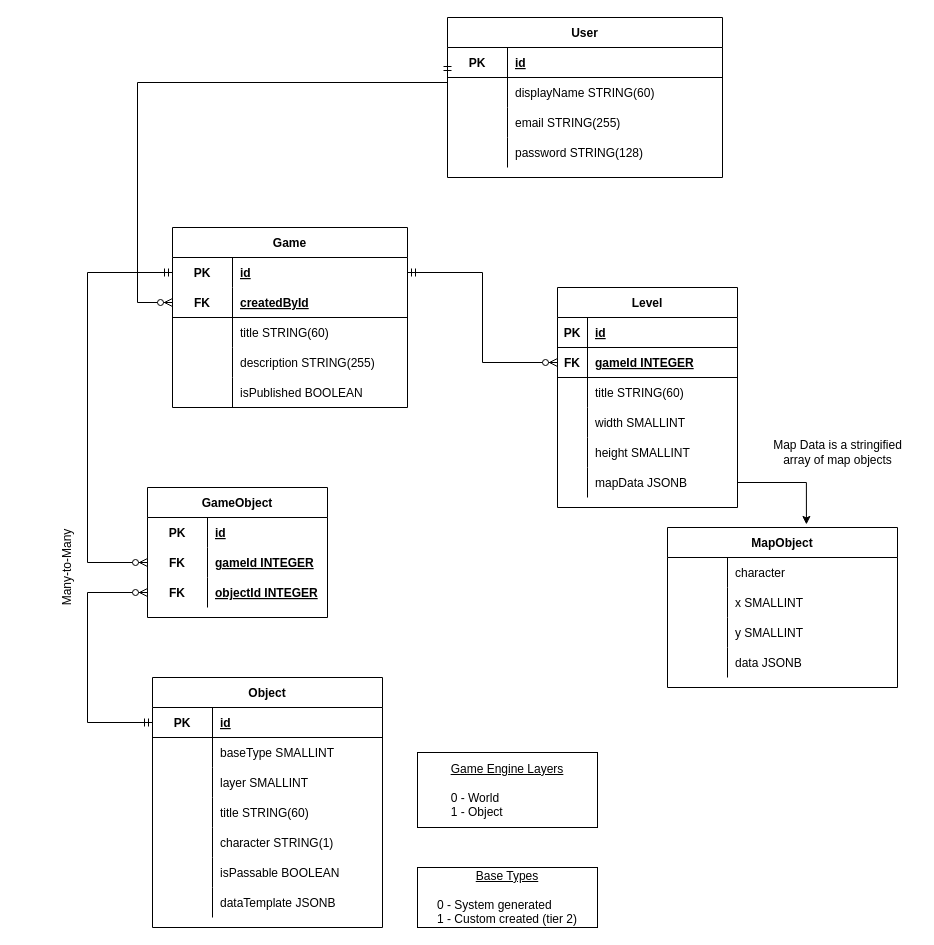
CS4450-ASCII/ASCIIDungeons keeps this draw.io diagram as docs/DatabaseERD - tier 1.drawio. Above is the earlier version. Source tidied: cells renumbered, new cells numbered last; positions are measured from the earlier drawing's top-left corner, leaving out a move shared by most shapes. Both pictures are drawn from the tidied source at 100%, with x=0, y=0 at pixel (17, 17).
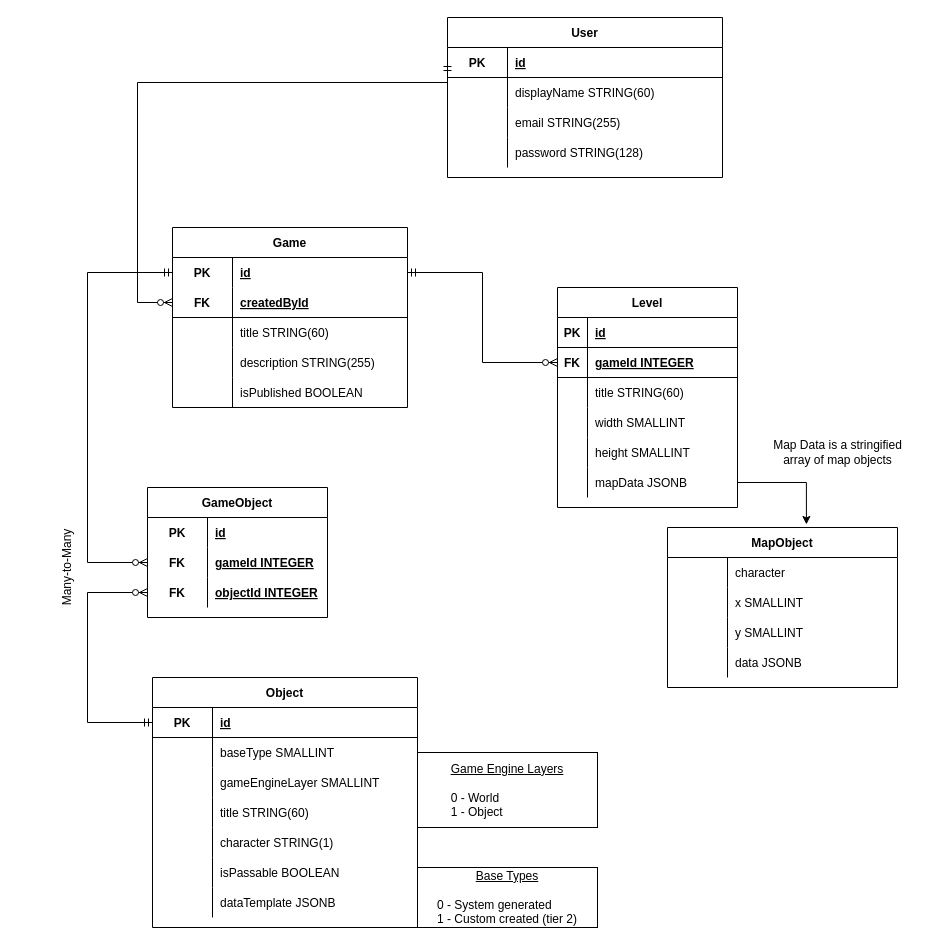
Above is the later version.

The edit, as a diff of the source:
```diff
@@
     <mxCell id="65" value="Object" style="shape=table;startSize=30;childLayout=tableLayout;rowLines=0;fontStyle=1;align=center;" parent="1" vertex="1">
-      <mxGeometry x="135" y="660" width="230" height="250" as="geometry" />
+      <mxGeometry x="135" y="660" width="265" height="250" as="geometry" />
     </mxCell>
     <mxCell id="66" style="shape=partialRectangle;fillColor=none;top=0;left=0;bottom=1;right=0;" parent="65" vertex="1">
-      <mxGeometry y="30" width="230" height="30" as="geometry" />
+      <mxGeometry y="30" width="265" height="30" as="geometry" />
     </mxCell>
@@
     <mxCell id="68" value="id" style="shape=partialRectangle;fillColor=none;top=0;left=0;bottom=0;right=0;align=left;spacingLeft=6;fontStyle=5;overflow=hidden;" parent="66" vertex="1">
-      <mxGeometry x="60" width="170" height="30" as="geometry" />
+      <mxGeometry x="60" width="205" height="30" as="geometry" />
     </mxCell>
     <mxCell id="69" style="shape=partialRectangle;fillColor=none;top=0;left=0;bottom=0;right=0;" parent="65" vertex="1">
-      <mxGeometry y="60" width="230" height="30" as="geometry" />
+      <mxGeometry y="60" width="265" height="30" as="geometry" />
     </mxCell>
@@
     <mxCell id="71" value="baseType SMALLINT" style="shape=partialRectangle;fillColor=none;top=0;left=0;bottom=0;right=0;align=left;spacingLeft=6;overflow=hidden;" parent="69" vertex="1">
-      <mxGeometry x="60" width="170" height="30" as="geometry" />
+      <mxGeometry x="60" width="205" height="30" as="geometry" />
     </mxCell>
     <mxCell id="72" style="shape=partialRectangle;fillColor=none;top=0;left=0;bottom=0;right=0;" parent="65" vertex="1">
-      <mxGeometry y="90" width="230" height="30" as="geometry" />
+      <mxGeometry y="90" width="265" height="30" as="geometry" />
     </mxCell>
@@
-    <mxCell id="74" value="layer SMALLINT" style="shape=partialRectangle;fillColor=none;top=0;left=0;bottom=0;right=0;align=left;spacingLeft=6;overflow=hidden;" parent="72" vertex="1">
-      <mxGeometry x="60" width="170" height="30" as="geometry" />
+    <mxCell id="74" value="gameEngineLayer SMALLINT" style="shape=partialRectangle;fillColor=none;top=0;left=0;bottom=0;right=0;align=left;spacingLeft=6;overflow=hidden;" parent="72" vertex="1">
+      <mxGeometry x="60" width="205" height="30" as="geometry" />
     </mxCell>
     <mxCell id="75" style="shape=partialRectangle;fillColor=none;top=0;left=0;bottom=0;right=0;" parent="65" vertex="1">
-      <mxGeometry y="120" width="230" height="30" as="geometry" />
+      <mxGeometry y="120" width="265" height="30" as="geometry" />
     </mxCell>
@@
     <mxCell id="77" value="title STRING(60)" style="shape=partialRectangle;fillColor=none;top=0;left=0;bottom=0;right=0;align=left;spacingLeft=6;overflow=hidden;" parent="75" vertex="1">
-      <mxGeometry x="60" width="170" height="30" as="geometry" />
+      <mxGeometry x="60" width="205" height="30" as="geometry" />
     </mxCell>
     <mxCell id="78" style="shape=partialRectangle;fillColor=none;top=0;left=0;bottom=0;right=0;" parent="65" vertex="1">
-      <mxGeometry y="150" width="230" height="30" as="geometry" />
+      <mxGeometry y="150" width="265" height="30" as="geometry" />
     </mxCell>
@@
     <mxCell id="80" value="character STRING(1)" style="shape=partialRectangle;fillColor=none;top=0;left=0;bottom=0;right=0;align=left;spacingLeft=6;overflow=hidden;" parent="78" vertex="1">
-      <mxGeometry x="60" width="170" height="30" as="geometry" />
+      <mxGeometry x="60" width="205" height="30" as="geometry" />
     </mxCell>
     <mxCell id="81" style="shape=partialRectangle;fillColor=none;top=0;left=0;bottom=0;right=0;" parent="65" vertex="1">
-      <mxGeometry y="180" width="230" height="30" as="geometry" />
+      <mxGeometry y="180" width="265" height="30" as="geometry" />
     </mxCell>
@@
     <mxCell id="83" value="isPassable BOOLEAN" style="shape=partialRectangle;fillColor=none;top=0;left=0;bottom=0;right=0;align=left;spacingLeft=6;overflow=hidden;" parent="81" vertex="1">
-      <mxGeometry x="60" width="170" height="30" as="geometry" />
+      <mxGeometry x="60" width="205" height="30" as="geometry" />
     </mxCell>
     <mxCell id="84" style="shape=partialRectangle;fillColor=none;top=0;left=0;bottom=0;right=0;" parent="65" vertex="1">
-      <mxGeometry y="210" width="230" height="30" as="geometry" />
+      <mxGeometry y="210" width="265" height="30" as="geometry" />
     </mxCell>
@@
     <mxCell id="86" value="dataTemplate JSONB" style="shape=partialRectangle;fillColor=none;top=0;left=0;bottom=0;right=0;align=left;spacingLeft=6;overflow=hidden;" parent="84" vertex="1">
-      <mxGeometry x="60" width="170" height="30" as="geometry" />
+      <mxGeometry x="60" width="205" height="30" as="geometry" />
     </mxCell>
```
